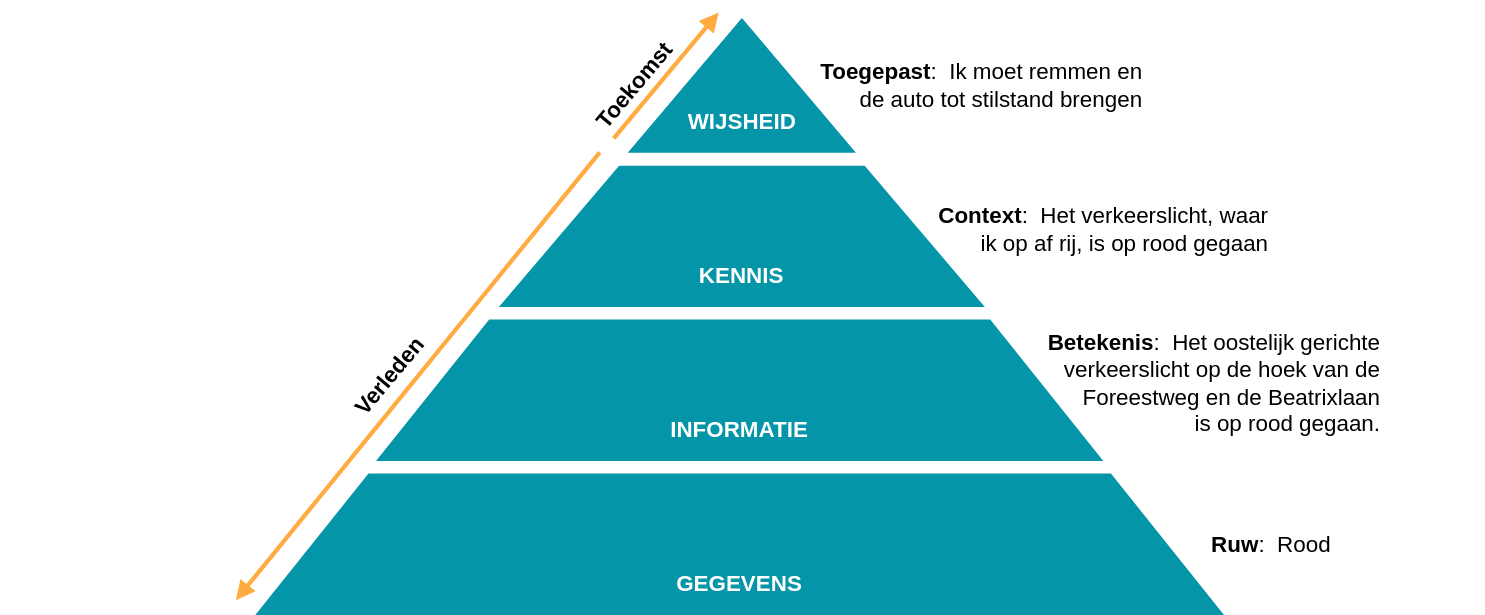
This is .gitbook/assets/wisdom.svg from dizra/docs, a draw.io export, as it was before one commit. Source tidied: cells renumbered, new cells last; positions are measured from the earlier drawing's top-left corner, leaving out a move shared by most shapes. Its diagram source:
```xml
<mxGraphModel>
  <root>
    <mxCell id="0" />
    <mxCell id="1" parent="0" />
    <mxCell id="2" value="GEGEVENS" style="shape=trapezoid;perimeter=trapezoidPerimeter;whiteSpace=wrap;html=1;fixedSize=1;size=80;fontSize=16;fontColor=#ffffff;fillColor=#0495A8;verticalAlign=bottom;spacingBottom=10;fontStyle=1;strokeColor=#0495A8;" parent="1" vertex="1">
      <mxGeometry x="183" y="358.1" width="690" height="100" as="geometry" />
    </mxCell>
    <mxCell id="3" value="INFORMATIE" style="shape=trapezoid;perimeter=trapezoidPerimeter;whiteSpace=wrap;html=1;fixedSize=1;size=80;fontSize=16;fontColor=#ffffff;fillColor=#0495A8;verticalAlign=bottom;spacingBottom=10;fontStyle=1;strokeColor=#0495A8;" parent="1" vertex="1">
      <mxGeometry x="269.2" y="248.1" width="517.5" height="100" as="geometry" />
    </mxCell>
    <mxCell id="4" value="KENNIS" style="shape=trapezoid;perimeter=trapezoidPerimeter;whiteSpace=wrap;html=1;fixedSize=1;size=85;fontSize=16;fontColor=#ffffff;fillColor=#0495A8;verticalAlign=bottom;spacingBottom=10;fontStyle=1;strokeColor=#0495A8;" parent="1" vertex="1">
      <mxGeometry x="357.1" y="138.1" width="345" height="100" as="geometry" />
    </mxCell>
    <mxCell id="5" style="triangle;whiteSpace=wrap;html=1;fontSize=16;rotation=-90;fontColor=#ffffff;fillColor=#0495A8;verticalAlign=bottom;spacingBottom=10;strokeColor=#0495A8;" parent="1" vertex="1">
      <mxGeometry x="482.1" width="95" height="160.8" as="geometry" />
    </mxCell>
    <mxCell id="6" value="WIJSHEID" style="text;html=1;strokeColor=none;fillColor=none;align=center;verticalAlign=middle;whiteSpace=wrap;rounded=0;fontSize=16;fontColor=#FFFFFF;fontStyle=1;" parent="1" vertex="1">
      <mxGeometry x="509.6" y="96.1" width="40" height="20" as="geometry" />
    </mxCell>
    <mxCell id="7" style="endArrow=block;html=1;fontSize=16;fontColor=#FFFFFF;strokeWidth=3;fillColor=#fa6800;endFill=1;strokeColor=#FFAB40;" parent="1" edge="1">
      <mxGeometry relative="1" as="geometry">
        <mxPoint x="438" y="118.1" as="sourcePoint" />
        <mxPoint x="513" y="28.1" as="targetPoint" />
      </mxGeometry>
    </mxCell>
    <mxCell id="8" style="endArrow=block;html=1;fontSize=16;fontColor=#FFFFFF;strokeWidth=3;fillColor=#fa6800;endFill=1;strokeColor=#FFAB40;" parent="1" edge="1">
      <mxGeometry relative="1" as="geometry">
        <mxPoint x="428" y="128.1" as="sourcePoint" />
        <mxPoint x="168" y="448.1" as="targetPoint" />
      </mxGeometry>
    </mxCell>
    <mxCell id="9" value="Verleden" style="text;html=1;strokeColor=none;fillColor=none;align=center;verticalAlign=middle;whiteSpace=wrap;rounded=0;fontSize=16;rotation=310;fontStyle=1;" parent="1" vertex="1">
      <mxGeometry x="242.6" y="278.1" width="70" height="20" as="geometry" />
    </mxCell>
    <mxCell id="10" value="Toekomst" style="text;html=1;strokeColor=none;fillColor=none;align=center;verticalAlign=middle;whiteSpace=wrap;rounded=0;fontSize=16;rotation=310;fontStyle=1;" parent="1" vertex="1">
      <mxGeometry x="418" y="70.4" width="70" height="20" as="geometry" />
    </mxCell>
    <mxCell id="11" value="&lt;b&gt;Ruw&lt;/b&gt;:&amp;nbsp; Rood" style="text;html=1;strokeColor=none;fillColor=none;align=center;verticalAlign=middle;whiteSpace=wrap;rounded=0;fontSize=16;fontColor=#000000;" parent="1" vertex="1">
      <mxGeometry x="858" y="398.1" width="100" height="20" as="geometry" />
    </mxCell>
    <mxCell id="12" value="&lt;b&gt;Betekenis&lt;/b&gt;:&amp;nbsp; Het oostelijk gerichte verkeerslicht&amp;nbsp;op de hoek van de Foreestweg en de Beatrixlaan &lt;br&gt;is op rood gegaan." style="text;html=1;strokeColor=none;fillColor=none;align=right;verticalAlign=middle;whiteSpace=wrap;rounded=0;fontSize=16;fontColor=#000000;" parent="1" vertex="1">
      <mxGeometry x="688" y="248.1" width="300" height="90" as="geometry" />
    </mxCell>
    <mxCell id="13" value="&lt;b&gt;Context&lt;/b&gt;:&amp;nbsp; Het verkeerslicht, waar &lt;br&gt;ik op af rij, is op rood gegaan" style="text;html=1;strokeColor=none;fillColor=none;align=right;verticalAlign=middle;whiteSpace=wrap;rounded=0;fontSize=16;fontColor=#000000;" parent="1" vertex="1">
      <mxGeometry x="588" y="138.1" width="320" height="90" as="geometry" />
    </mxCell>
    <mxCell id="14" value="&lt;b&gt;Toegepast&lt;/b&gt;:&amp;nbsp; Ik moet remmen en &lt;br&gt;de auto tot stilstand brengen" style="text;html=1;strokeColor=none;fillColor=none;align=right;verticalAlign=middle;whiteSpace=wrap;rounded=0;fontSize=16;fontColor=#000000;" parent="1" vertex="1">
      <mxGeometry x="578" y="35.4" width="240" height="90" as="geometry" />
    </mxCell>
    <mxCell id="15" style="rounded=0;whiteSpace=wrap;html=1;fillColor=none;strokeColor=none;" parent="1" vertex="1">
      <mxGeometry x="-0.4" y="358.1" width="1060" height="60" as="geometry" />
    </mxCell>
  </root>
</mxGraphModel>
```
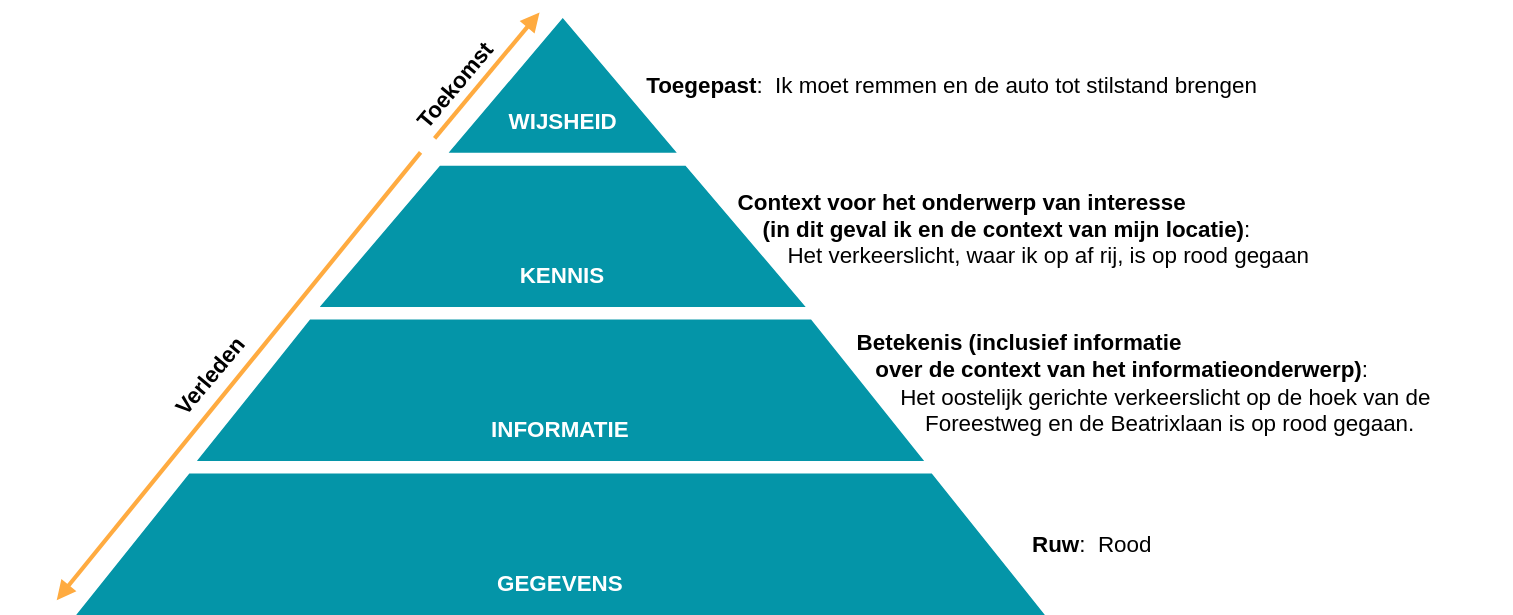
After the change.

Diff of the diagram source:
```diff
@@ -38,17 +38,17 @@
     <mxCell id="11" value="&lt;b&gt;Ruw&lt;/b&gt;:&amp;nbsp; Rood" style="text;html=1;strokeColor=none;fillColor=none;align=center;verticalAlign=middle;whiteSpace=wrap;rounded=0;fontSize=16;fontColor=#000000;" parent="1" vertex="1">
       <mxGeometry x="858" y="398.1" width="100" height="20" as="geometry" />
     </mxCell>
-    <mxCell id="12" value="&lt;b&gt;Betekenis&lt;/b&gt;:&amp;nbsp; Het oostelijk gerichte verkeerslicht&amp;nbsp;op de hoek van de Foreestweg en de Beatrixlaan &lt;br&gt;is op rood gegaan." style="text;html=1;strokeColor=none;fillColor=none;align=right;verticalAlign=middle;whiteSpace=wrap;rounded=0;fontSize=16;fontColor=#000000;" parent="1" vertex="1">
-      <mxGeometry x="688" y="248.1" width="300" height="90" as="geometry" />
+    <mxCell id="12" value="&lt;b&gt;Betekenis (inclusief informatie &lt;br&gt;&amp;nbsp; &amp;nbsp;over de context van het informatieonderwerp)&lt;/b&gt;:&lt;br&gt;&amp;nbsp; &amp;nbsp; &amp;nbsp; &amp;nbsp;Het oostelijk gerichte verkeerslicht&amp;nbsp;op de hoek van de &lt;blockquote style=&quot;margin: 0 0 0 40px ; border: none ; padding: 0px&quot;&gt;&amp;nbsp; Foreestweg en de Beatrixlaan is op rood gegaan.&lt;/blockquote&gt;" style="text;html=1;strokeColor=none;fillColor=none;align=left;verticalAlign=middle;whiteSpace=wrap;rounded=0;fontSize=16;fontColor=#000000;" parent="1" vertex="1">
+      <mxGeometry x="738" y="248.1" width="470" height="90" as="geometry" />
     </mxCell>
-    <mxCell id="13" value="&lt;b&gt;Context&lt;/b&gt;:&amp;nbsp; Het verkeerslicht, waar &lt;br&gt;ik op af rij, is op rood gegaan" style="text;html=1;strokeColor=none;fillColor=none;align=right;verticalAlign=middle;whiteSpace=wrap;rounded=0;fontSize=16;fontColor=#000000;" parent="1" vertex="1">
-      <mxGeometry x="588" y="138.1" width="320" height="90" as="geometry" />
+    <mxCell id="13" value="&lt;b&gt;Context voor het onderwerp van interesse&lt;br&gt;&amp;nbsp; &amp;nbsp; (in dit geval ik en de context van mijn locatie)&lt;/b&gt;:&lt;br&gt;&amp;nbsp; &amp;nbsp; &amp;nbsp; &amp;nbsp; Het verkeerslicht, waar ik op af rij, is op rood gegaan" style="text;html=1;strokeColor=none;fillColor=none;align=left;verticalAlign=middle;whiteSpace=wrap;rounded=0;fontSize=16;fontColor=#000000;" parent="1" vertex="1">
+      <mxGeometry x="653" y="138.1" width="510" height="90" as="geometry" />
     </mxCell>
-    <mxCell id="14" value="&lt;b&gt;Toegepast&lt;/b&gt;:&amp;nbsp; Ik moet remmen en &lt;br&gt;de auto tot stilstand brengen" style="text;html=1;strokeColor=none;fillColor=none;align=right;verticalAlign=middle;whiteSpace=wrap;rounded=0;fontSize=16;fontColor=#000000;" parent="1" vertex="1">
-      <mxGeometry x="578" y="35.4" width="240" height="90" as="geometry" />
+    <mxCell id="14" value="&lt;b&gt;Toegepast&lt;/b&gt;:&amp;nbsp; Ik moet remmen en de auto tot stilstand brengen" style="text;html=1;strokeColor=none;fillColor=none;align=right;verticalAlign=middle;whiteSpace=wrap;rounded=0;fontSize=16;fontColor=#000000;" parent="1" vertex="1">
+      <mxGeometry x="578" y="35.4" width="450" height="90" as="geometry" />
     </mxCell>
     <mxCell id="15" style="rounded=0;whiteSpace=wrap;html=1;fillColor=none;strokeColor=none;" parent="1" vertex="1">
-      <mxGeometry x="-0.4" y="358.1" width="1060" height="60" as="geometry" />
+      <mxGeometry x="128" y="358.1" width="1060" height="60" as="geometry" />
     </mxCell>
   </root>
 </mxGraphModel>
```
